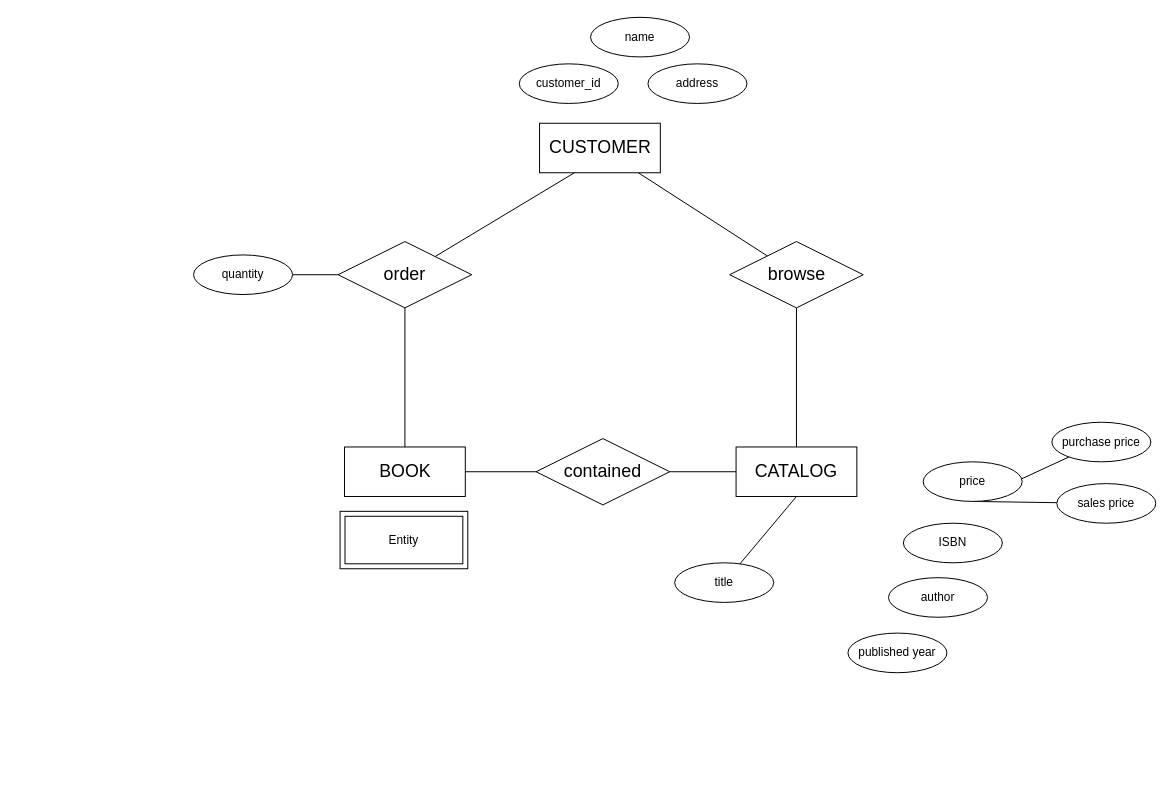
Earlier version of the draw.io diagram DBStudio/DBStudio_Ass4_Bookstore.drawio (cobinding/draw.io_collection). Source tidied: cells renumbered, new cells numbered last; positions are measured from the earlier drawing's top-left corner, leaving out a move shared by most shapes. Both pictures are drawn from the tidied source at 99%, with x=0, y=0 at pixel (193, 17).
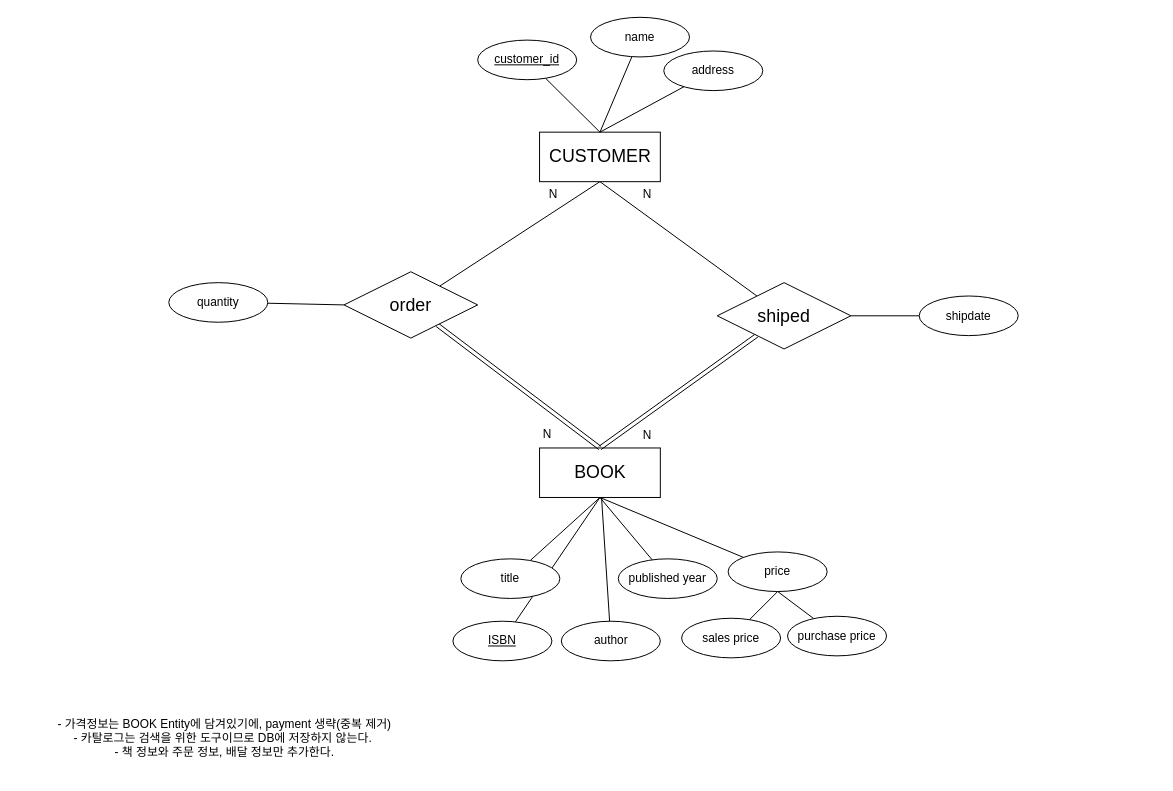
The same page after the edit.

Unchanged cells that the change refers to:
```xml
<mxCell id="29" value="name" style="ellipse;whiteSpace=wrap;html=1;align=center;" parent="1" vertex="1">
  <mxGeometry x="401" width="100" height="40" as="geometry" />
</mxCell>
```

What changed in the source:
```diff
@@
-    <mxCell id="2" style="rounded=0;jettySize=auto;html=1;endArrow=none;endFill=0;exitX=0.312;exitY=0.966;exitDx=0;exitDy=0;exitPerimeter=0;" parent="1" edge="1" source="4" target="9">
+    <mxCell id="2" style="rounded=0;jettySize=auto;html=1;endArrow=none;endFill=0;exitX=0.5;exitY=1;exitDx=0;exitDy=0;" parent="1" edge="1" source="4" target="9">
       <mxGeometry relative="1" as="geometry" />
     </mxCell>
-    <mxCell id="3" style="rounded=0;jettySize=auto;html=1;endArrow=none;endFill=0;" parent="1" edge="1" source="4" target="11">
-      <mxGeometry relative="1" as="geometry" />
-    </mxCell>
+    <mxCell id="30" style="rounded=0;jettySize=auto;html=1;endArrow=none;endFill=0;exitX=0.5;exitY=1;exitDx=0;exitDy=0;" parent="1" edge="1" source="4" target="41">
+      <mxGeometry relative="1" as="geometry" />
+    </mxCell>
     <mxCell id="4" value="&lt;font style=&quot;font-size: 18px;&quot;&gt;CUSTOMER&lt;/font&gt;" style="whiteSpace=wrap;html=1;align=center;" parent="1" vertex="1">
-      <mxGeometry x="349.5" y="107" width="122" height="50" as="geometry" />
+      <mxGeometry x="349.5" y="116" width="122" height="50" as="geometry" />
     </mxCell>
-    <mxCell id="5" value="&lt;font style=&quot;font-size: 18px;&quot;&gt;CATALOG&lt;/font&gt;" style="whiteSpace=wrap;html=1;align=center;" parent="1" vertex="1">
-      <mxGeometry x="548" y="434" width="122" height="50" as="geometry" />
-    </mxCell>
-    <mxCell id="6" style="edgeStyle=orthogonalEdgeStyle;rounded=0;jettySize=auto;html=1;endArrow=none;endFill=0;" parent="1" edge="1" source="7" target="13">
-      <mxGeometry relative="1" as="geometry" />
-    </mxCell>
     <mxCell id="7" value="&lt;font style=&quot;font-size: 18px;&quot;&gt;BOOK&lt;/font&gt;" style="whiteSpace=wrap;html=1;align=center;" parent="1" vertex="1">
-      <mxGeometry x="152.5" y="434" width="122" height="50" as="geometry" />
+      <mxGeometry x="349.5" y="435" width="122" height="50" as="geometry" />
     </mxCell>
-    <mxCell id="8" style="rounded=0;jettySize=auto;html=1;endArrow=none;endFill=0;" parent="1" edge="1" source="9" target="7">
+    <mxCell id="8" style="rounded=0;jettySize=auto;html=1;endArrow=none;endFill=0;entryX=0.5;entryY=0;entryDx=0;entryDy=0;shape=link;" parent="1" edge="1" source="9" target="7">
       <mxGeometry relative="1" as="geometry" />
     </mxCell>
-    <mxCell id="9" value="&lt;font style=&quot;font-size: 18px;&quot;&gt;order&lt;/font&gt;" style="shape=rhombus;perimeter=rhombusPerimeter;whiteSpace=wrap;html=1;align=center;" parent="1" vertex="1">
-      <mxGeometry x="146" y="226.5" width="135" height="67" as="geometry" />
+    <mxCell id="9" value="&lt;span style=&quot;font-size: 18px;&quot;&gt;order&lt;/span&gt;" style="shape=rhombus;perimeter=rhombusPerimeter;whiteSpace=wrap;html=1;align=center;" parent="1" vertex="1">
+      <mxGeometry x="152" y="257" width="135" height="67" as="geometry" />
     </mxCell>
-    <mxCell id="10" style="edgeStyle=orthogonalEdgeStyle;rounded=0;jettySize=auto;html=1;endArrow=none;endFill=0;" parent="1" edge="1" source="11" target="5">
-      <mxGeometry relative="1" as="geometry" />
-    </mxCell>
-    <mxCell id="11" value="&lt;span style=&quot;font-size: 18px;&quot;&gt;browse&lt;/span&gt;" style="shape=rhombus;perimeter=rhombusPerimeter;whiteSpace=wrap;html=1;align=center;" parent="1" vertex="1">
-      <mxGeometry x="541.5" y="226.5" width="135" height="67" as="geometry" />
-    </mxCell>
-    <mxCell id="12" style="edgeStyle=orthogonalEdgeStyle;rounded=0;jettySize=auto;html=1;endArrow=none;endFill=0;" parent="1" edge="1" source="13" target="5">
-      <mxGeometry relative="1" as="geometry" />
-    </mxCell>
-    <mxCell id="13" value="&lt;font style=&quot;font-size: 18px;&quot;&gt;contained&lt;/font&gt;" style="shape=rhombus;perimeter=rhombusPerimeter;whiteSpace=wrap;html=1;align=center;" parent="1" vertex="1">
-      <mxGeometry x="346" y="425.5" width="135" height="67" as="geometry" />
-    </mxCell>
+    <mxCell id="31" style="rounded=0;jettySize=auto;html=1;endArrow=none;endFill=0;entryX=0.5;entryY=1;entryDx=0;entryDy=0;" parent="1" edge="1" source="14" target="7">
+      <mxGeometry relative="1" as="geometry" />
+    </mxCell>
-    <mxCell id="14" value="ISBN" style="ellipse;whiteSpace=wrap;html=1;align=center;" parent="1" vertex="1">
-      <mxGeometry x="717" y="511" width="100" height="40" as="geometry" />
+    <mxCell id="14" value="&lt;u&gt;ISBN&lt;/u&gt;" style="ellipse;whiteSpace=wrap;html=1;align=center;" parent="1" vertex="1">
+      <mxGeometry x="262" y="610" width="100" height="40" as="geometry" />
     </mxCell>
-    <mxCell id="15" style="edgeStyle=orthogonalEdgeStyle;rounded=0;jettySize=auto;html=1;entryX=0;entryY=0.5;entryDx=0;entryDy=0;endArrow=none;endFill=0;" parent="1" edge="1" source="16" target="9">
+    <mxCell id="15" style="rounded=0;jettySize=auto;html=1;entryX=0;entryY=0.5;entryDx=0;entryDy=0;endArrow=none;endFill=0;" parent="1" edge="1" source="16" target="9">
       <mxGeometry relative="1" as="geometry" />
     </mxCell>
     <mxCell id="16" value="quantity" style="ellipse;whiteSpace=wrap;html=1;align=center;" parent="1" vertex="1">
-      <mxGeometry y="240" width="100" height="40" as="geometry" />
+      <mxGeometry x="-25" y="268" width="100" height="40" as="geometry" />
     </mxCell>
+    <mxCell id="32" style="rounded=0;jettySize=auto;html=1;endArrow=none;endFill=0;entryX=0.5;entryY=0;entryDx=0;entryDy=0;" parent="1" edge="1" source="17" target="4">
+      <mxGeometry relative="1" as="geometry" />
+    </mxCell>
-    <mxCell id="17" value="customer_id" style="ellipse;whiteSpace=wrap;html=1;align=center;" parent="1" vertex="1">
-      <mxGeometry x="329" y="47" width="100" height="40" as="geometry" />
+    <mxCell id="17" value="&lt;u&gt;customer_id&lt;/u&gt;" style="ellipse;whiteSpace=wrap;html=1;align=center;" parent="1" vertex="1">
+      <mxGeometry x="287" y="23" width="100" height="40" as="geometry" />
     </mxCell>
-    <mxCell id="18" style="rounded=0;jettySize=auto;html=1;entryX=0.5;entryY=1;entryDx=0;entryDy=0;endArrow=none;endFill=0;" parent="1" edge="1" source="19" target="5">
-      <mxGeometry relative="1" as="geometry" />
-    </mxCell>
+    <mxCell id="33" style="rounded=0;jettySize=auto;html=1;entryX=0.5;entryY=1;entryDx=0;entryDy=0;endArrow=none;endFill=0;" parent="1" edge="1" source="19" target="7">
+      <mxGeometry relative="1" as="geometry" />
+    </mxCell>
     <mxCell id="19" value="title" style="ellipse;whiteSpace=wrap;html=1;align=center;" parent="1" vertex="1">
-      <mxGeometry x="486" y="551" width="100" height="40" as="geometry" />
+      <mxGeometry x="270" y="547" width="100" height="40" as="geometry" />
     </mxCell>
+    <mxCell id="34" style="rounded=0;jettySize=auto;html=1;entryX=0.5;entryY=1;entryDx=0;entryDy=0;endArrow=none;endFill=0;" parent="1" edge="1" source="20" target="7">
+      <mxGeometry relative="1" as="geometry" />
+    </mxCell>
     <mxCell id="20" value="published year" style="ellipse;whiteSpace=wrap;html=1;align=center;" parent="1" vertex="1">
-      <mxGeometry x="661" y="622" width="100" height="40" as="geometry" />
+      <mxGeometry x="429" y="547" width="100" height="40" as="geometry" />
     </mxCell>
@@
+    <mxCell id="35" style="rounded=0;jettySize=auto;html=1;endArrow=none;endFill=0;entryX=0.5;entryY=1;entryDx=0;entryDy=0;" parent="1" edge="1" source="23" target="7">
+      <mxGeometry relative="1" as="geometry" />
+    </mxCell>
     <mxCell id="23" value="price" style="ellipse;whiteSpace=wrap;html=1;align=center;" parent="1" vertex="1">
-      <mxGeometry x="737" y="449" width="100" height="40" as="geometry" />
+      <mxGeometry x="540" y="540" width="100" height="40" as="geometry" />
     </mxCell>
     <mxCell id="24" value="purchase price" style="ellipse;whiteSpace=wrap;html=1;align=center;" parent="1" vertex="1">
-      <mxGeometry x="867" y="409" width="100" height="40" as="geometry" />
+      <mxGeometry x="600" y="605" width="100" height="40" as="geometry" />
     </mxCell>
+    <mxCell id="36" style="rounded=0;jettySize=auto;html=1;endArrow=none;endFill=0;" parent="1" edge="1" source="25" target="7">
+      <mxGeometry relative="1" as="geometry" />
+    </mxCell>
     <mxCell id="25" value="author" style="ellipse;whiteSpace=wrap;html=1;align=center;" parent="1" vertex="1">
-      <mxGeometry x="702" y="566" width="100" height="40" as="geometry" />
+      <mxGeometry x="371.5" y="610" width="100" height="40" as="geometry" />
     </mxCell>
     <mxCell id="26" value="sales price" style="ellipse;whiteSpace=wrap;html=1;align=center;" parent="1" vertex="1">
-      <mxGeometry x="872" y="471" width="100" height="40" as="geometry" />
+      <mxGeometry x="493" y="607" width="100" height="40" as="geometry" />
     </mxCell>
-    <mxCell id="27" value="Entity" style="shape=ext;margin=3;double=1;whiteSpace=wrap;html=1;align=center;" parent="1" vertex="1">
-      <mxGeometry x="148" y="499" width="129" height="58" as="geometry" />
-    </mxCell>
+    <mxCell id="37" style="rounded=0;jettySize=auto;html=1;endArrow=none;endFill=0;entryX=0.5;entryY=0;entryDx=0;entryDy=0;" parent="1" edge="1" source="28" target="4">
+      <mxGeometry relative="1" as="geometry" />
+    </mxCell>
     <mxCell id="28" value="address" style="ellipse;whiteSpace=wrap;html=1;align=center;" parent="1" vertex="1">
-      <mxGeometry x="459" y="47" width="100" height="40" as="geometry" />
+      <mxGeometry x="475" y="34" width="100" height="40" as="geometry" />
     </mxCell>
+    <mxCell id="38" style="rounded=0;jettySize=auto;html=1;endArrow=none;endFill=0;entryX=0.5;entryY=0;entryDx=0;entryDy=0;" parent="1" edge="1" source="29" target="4">
+      <mxGeometry relative="1" as="geometry" />
+    </mxCell>
@@
+    <mxCell id="39" style="rounded=0;jettySize=auto;html=1;endArrow=none;endFill=0;shape=link;entryX=0.5;entryY=0;entryDx=0;entryDy=0;" parent="1" edge="1" source="41" target="7">
+      <mxGeometry relative="1" as="geometry" />
+    </mxCell>
+    <mxCell id="40" style="rounded=0;jettySize=auto;html=1;endArrow=none;endFill=0;" parent="1" edge="1" source="41" target="42">
+      <mxGeometry relative="1" as="geometry" />
+    </mxCell>
+    <mxCell id="41" value="&lt;span style=&quot;font-size: 18px;&quot;&gt;shiped&lt;/span&gt;" style="shape=rhombus;perimeter=rhombusPerimeter;whiteSpace=wrap;html=1;align=center;" parent="1" vertex="1">
+      <mxGeometry x="529" y="268" width="135" height="67" as="geometry" />
+    </mxCell>
+    <mxCell id="42" value="shipdate" style="ellipse;whiteSpace=wrap;html=1;align=center;" parent="1" vertex="1">
+      <mxGeometry x="733" y="281.5" width="100" height="40" as="geometry" />
+    </mxCell>
+    <mxCell id="43" value="N" style="text;html=1;align=center;verticalAlign=middle;strokeColor=none;fillColor=none;" parent="1" vertex="1">
+      <mxGeometry x="444.5" y="166" width="27" height="26" as="geometry" />
+    </mxCell>
+    <mxCell id="44" value="N" style="text;html=1;align=center;verticalAlign=middle;strokeColor=none;fillColor=none;" parent="1" vertex="1">
+      <mxGeometry x="349.5" y="166" width="27" height="26" as="geometry" />
+    </mxCell>
+    <mxCell id="45" value="N" style="text;html=1;align=center;verticalAlign=middle;strokeColor=none;fillColor=none;" parent="1" vertex="1">
+      <mxGeometry x="343" y="408" width="27" height="26" as="geometry" />
+    </mxCell>
+    <mxCell id="46" value="N" style="text;html=1;align=center;verticalAlign=middle;strokeColor=none;fillColor=none;" parent="1" vertex="1">
+      <mxGeometry x="444.5" y="409" width="27" height="26" as="geometry" />
+    </mxCell>
+    <mxCell id="47" value="- 가격정보는 BOOK Entity에 담겨있기에, payment 생략(중복 제거)&lt;div&gt;- 카탈로그는 검색을 위한 도구이므로 DB에 저장하지 않는다.&amp;nbsp;&lt;/div&gt;&lt;div&gt;- 책 정보와 주문 정보, 배달 정보만 추가한다.&lt;/div&gt;&lt;div&gt;&lt;br&gt;&lt;/div&gt;" style="text;html=1;align=center;verticalAlign=middle;whiteSpace=wrap;rounded=0;" parent="1" vertex="1">
+      <mxGeometry x="-178" y="720" width="419" height="30" as="geometry" />
+    </mxCell>
```
